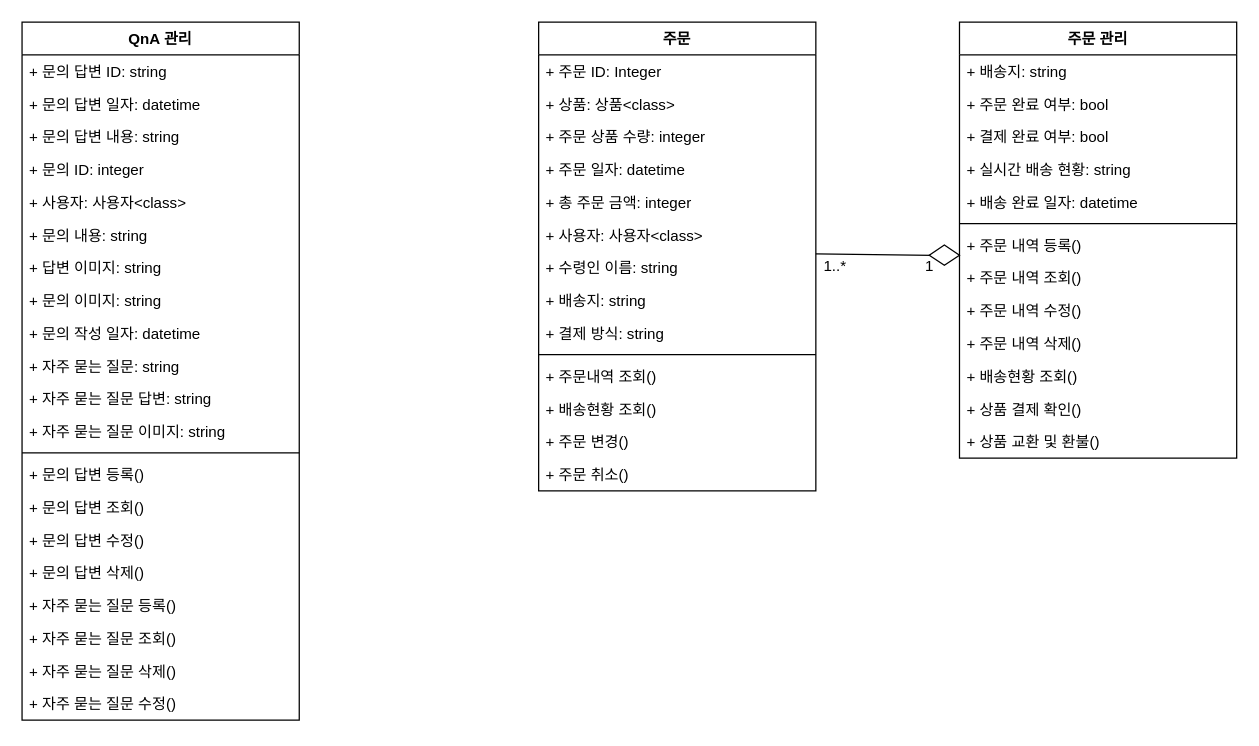
The draw.io diagram Untitled Diagram.drawio in itsdam/go, before the edit. Source tidied: cells renumbered, new cells numbered last; positions are measured from the earlier drawing's top-left corner, leaving out a move shared by most shapes. Both pictures are drawn from the tidied source at 126%, with x=0, y=0 at pixel (21, 21).
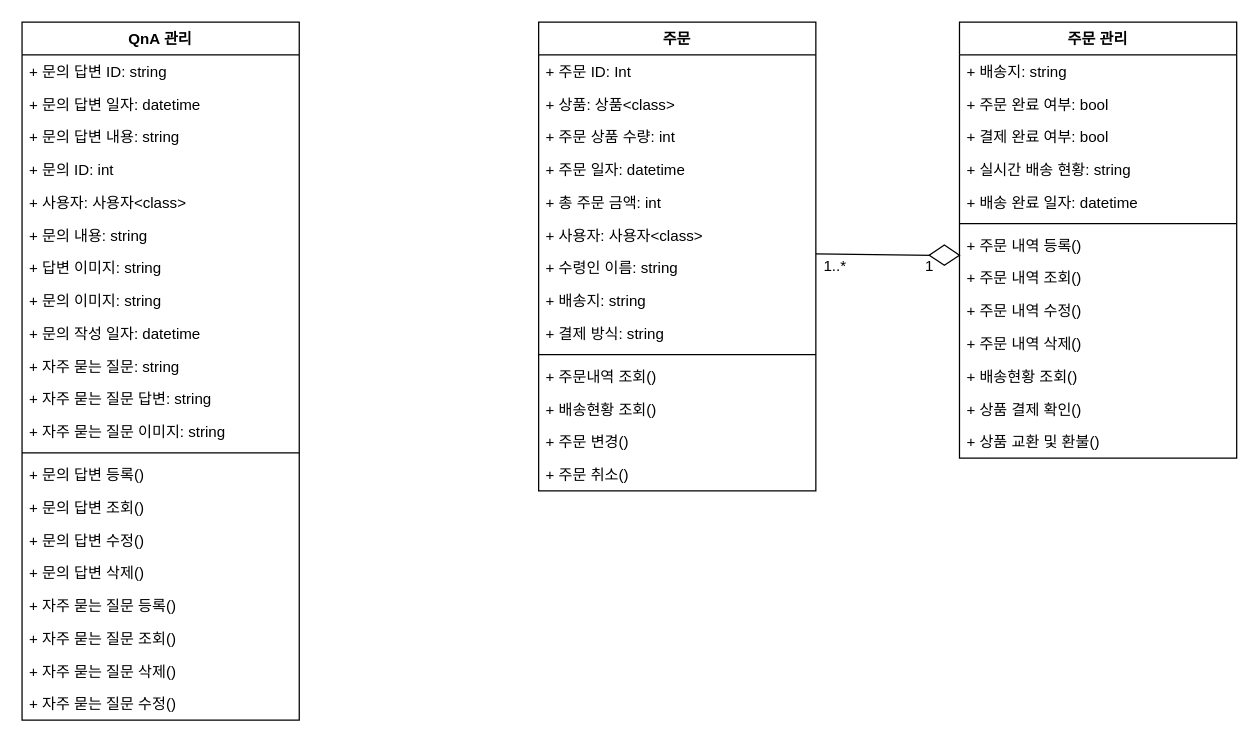
After the change.

Unchanged cells that the change refers to:
```xml
<mxCell id="2" value="QnA 관리" style="swimlane;fontStyle=1;align=center;verticalAlign=top;horizontal=1;startSize=26;" parent="1" vertex="1">
  <mxGeometry width="220" height="554" as="geometry" />
</mxCell>
<mxCell id="24" value="주문" style="swimlane;fontStyle=1;align=center;verticalAlign=top;horizontal=1;startSize=26;" parent="1" vertex="1">
  <mxGeometry x="410" width="220" height="372" as="geometry" />
</mxCell>
```

Change to the diagram source:
```diff
@@
-    <mxCell id="6" value="+ 문의 ID: integer" style="text;strokeColor=none;fillColor=none;align=left;verticalAlign=top;spacingLeft=4;spacingRight=4;overflow=hidden;" parent="2" vertex="1">
+    <mxCell id="6" value="+ 문의 ID: int" style="text;strokeColor=none;fillColor=none;align=left;verticalAlign=top;spacingLeft=4;spacingRight=4;overflow=hidden;" parent="2" vertex="1">
       <mxGeometry y="104" width="220" height="26" as="geometry" />
     </mxCell>
@@
-    <mxCell id="25" value="+ 주문 ID: Integer" style="text;strokeColor=none;fillColor=none;align=left;verticalAlign=top;spacingLeft=4;spacingRight=4;overflow=hidden;" parent="24" vertex="1">
+    <mxCell id="25" value="+ 주문 ID: Int" style="text;strokeColor=none;fillColor=none;align=left;verticalAlign=top;spacingLeft=4;spacingRight=4;overflow=hidden;" parent="24" vertex="1">
       <mxGeometry y="26" width="220" height="26" as="geometry" />
     </mxCell>
@@
-    <mxCell id="27" value="+ 주문 상품 수량: integer" style="text;strokeColor=none;fillColor=none;align=left;verticalAlign=top;spacingLeft=4;spacingRight=4;overflow=hidden;" parent="24" vertex="1">
+    <mxCell id="27" value="+ 주문 상품 수량: int" style="text;strokeColor=none;fillColor=none;align=left;verticalAlign=top;spacingLeft=4;spacingRight=4;overflow=hidden;" parent="24" vertex="1">
       <mxGeometry y="78" width="220" height="26" as="geometry" />
     </mxCell>
@@
-    <mxCell id="29" value="+ 총 주문 금액: integer" style="text;strokeColor=none;fillColor=none;align=left;verticalAlign=top;spacingLeft=4;spacingRight=4;overflow=hidden;" parent="24" vertex="1">
+    <mxCell id="29" value="+ 총 주문 금액: int" style="text;strokeColor=none;fillColor=none;align=left;verticalAlign=top;spacingLeft=4;spacingRight=4;overflow=hidden;" parent="24" vertex="1">
       <mxGeometry y="130" width="220" height="26" as="geometry" />
     </mxCell>
```
